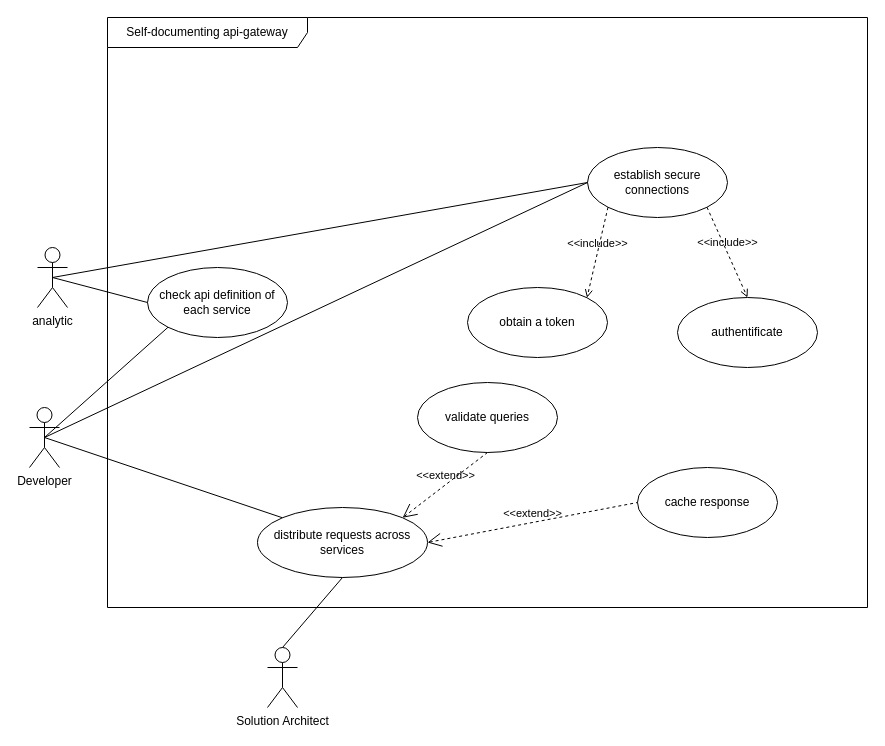
Before: use case.drawio in laym0n/vr, a draw.io diagram. Source tidied: cells renumbered, new cells numbered last; positions are measured from the earlier drawing's top-left corner, leaving out a move shared by most shapes. Both pictures are drawn from the tidied source at 100%, with x=0, y=0 at pixel (29, 17).
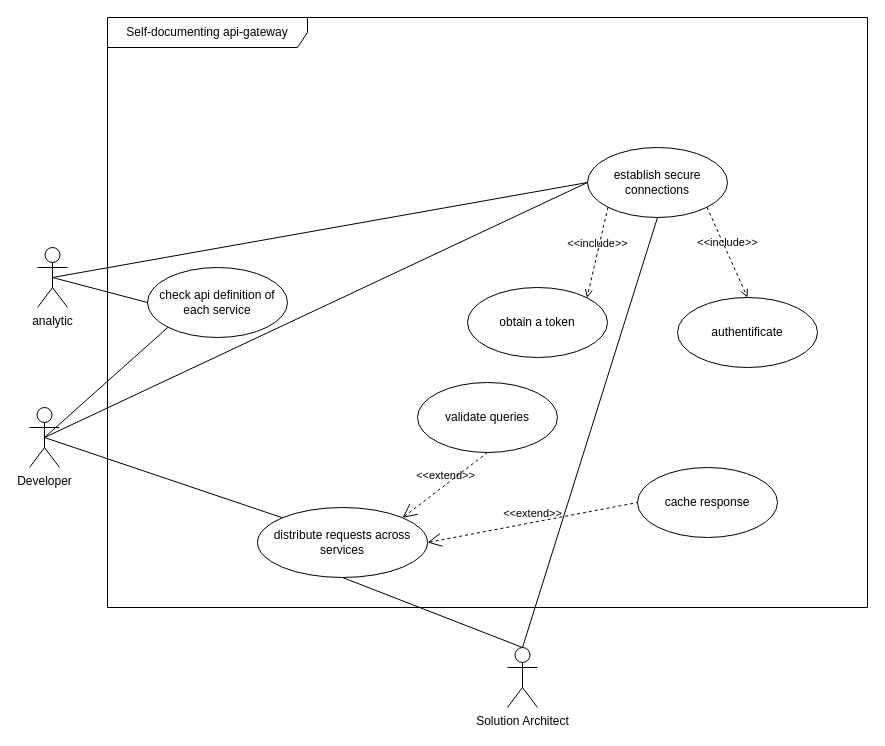
After the change.

Commit message (it also covers changes not shown here):
use case

The change refers to these unchanged cells:
```xml
<mxCell id="4" value="establish secure connections" style="ellipse;whiteSpace=wrap;html=1;" parent="1" vertex="1">
  <mxGeometry x="558" y="130" width="140" height="70" as="geometry" />
</mxCell>
```

Diff of the diagram source:
```diff
@@
     <mxCell id="21" value="Solution Architect" style="shape=umlActor;html=1;verticalLabelPosition=bottom;verticalAlign=top;align=center;" parent="1" vertex="1">
-      <mxGeometry x="238" y="630" width="30" height="60" as="geometry" />
+      <mxGeometry x="478" y="630" width="30" height="60" as="geometry" />
     </mxCell>
@@
+    <mxCell id="23" style="edgeStyle=none;html=1;endArrow=none;verticalAlign=bottom;rounded=0;exitX=0.5;exitY=0;exitDx=0;exitDy=0;exitPerimeter=0;entryX=0.5;entryY=1;entryDx=0;entryDy=0;" parent="1" edge="1" source="21" target="4">
+      <mxGeometry relative="1" as="geometry" />
+    </mxCell>
```
